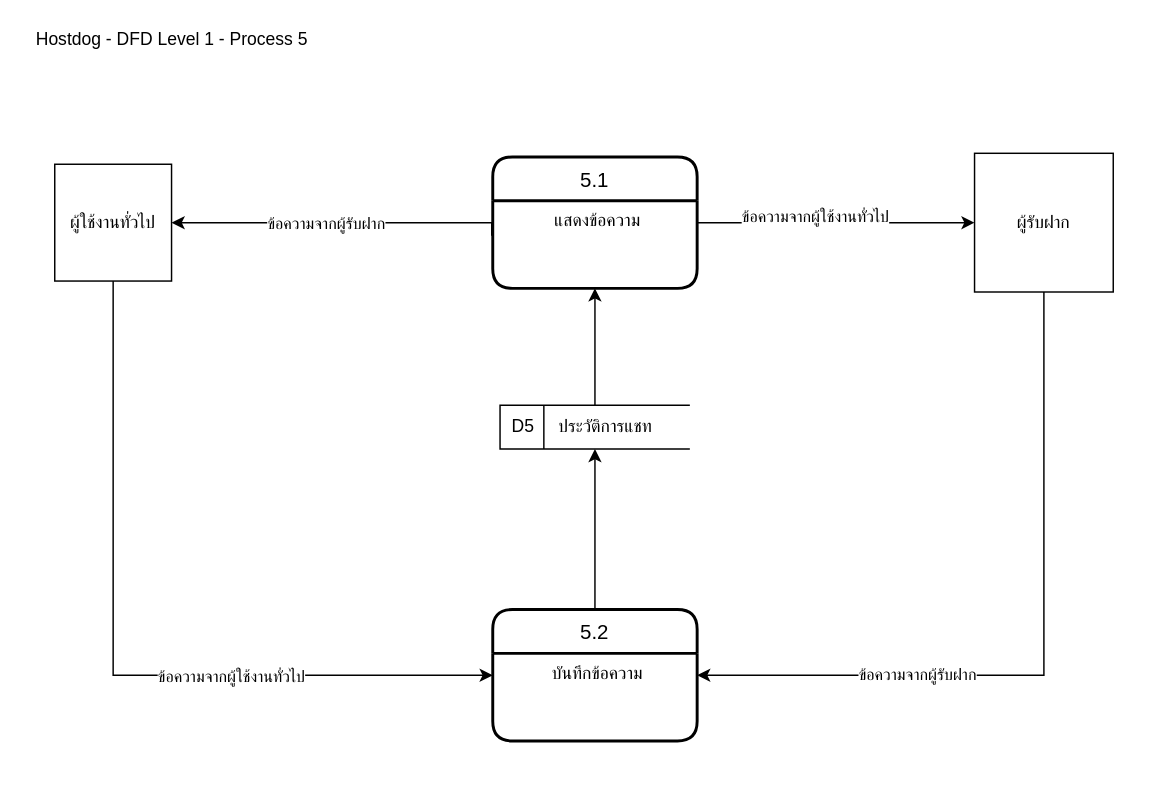
This is page "process5" (5 of 10) of ProjectProcesses/HostDog_5DFD/DFD-V2.drawio from Hostdogs/Project_Hostdog, a draw.io file, before an edit. Source tidied: cells renumbered, new cells numbered last; positions are measured from the earlier drawing's top-left corner, leaving out a move shared by most shapes. Both pictures are drawn from the tidied source at 146%, with x=0, y=0 at pixel (25, 25).
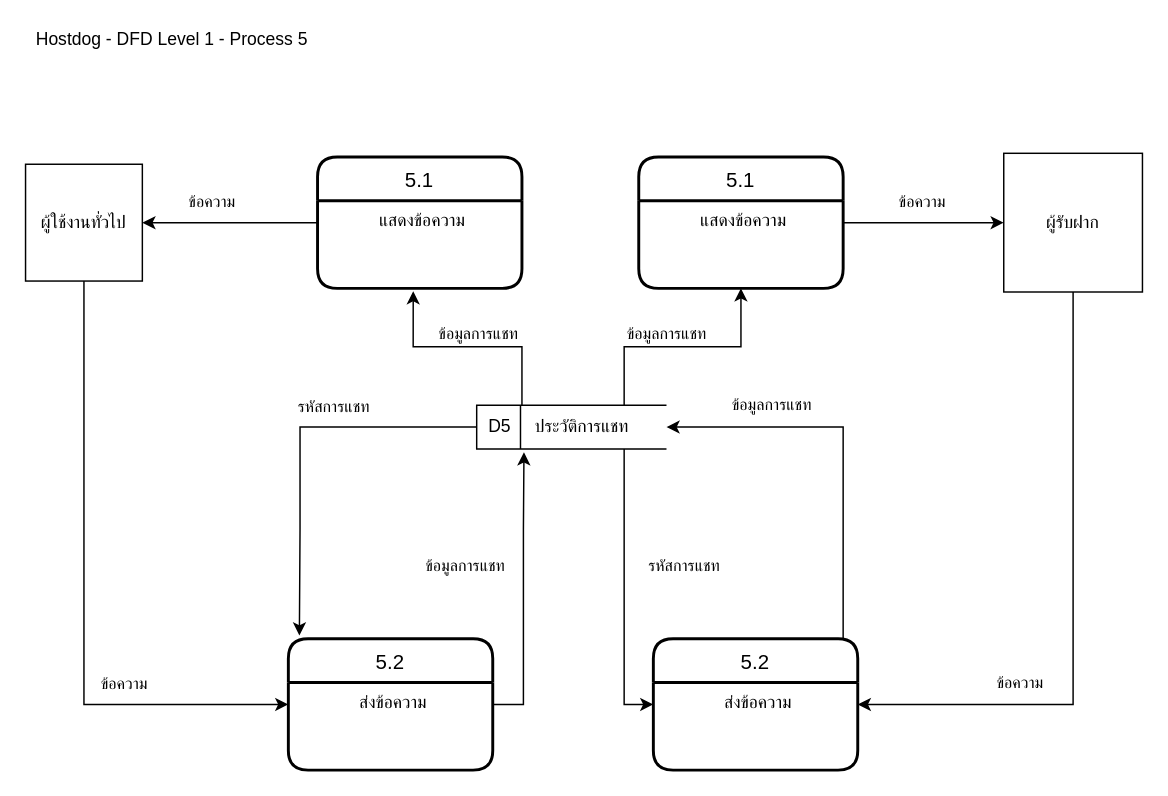
The same diagram, later.

Unchanged cells that the change refers to:
```xml
<mxCell id="3" value="แสดงข้อความ" style="align=center;strokeColor=none;fillColor=none;spacingLeft=4;fontSize=12;verticalAlign=top;" parent="2" vertex="1">
  <mxGeometry y="30" width="140" height="60" as="geometry" />
</mxCell>
```

The edit, as a diff of the source:
```diff
@@
     <mxCell id="2" value="5.1" style="swimlane;horizontal=1;startSize=30;rounded=1;fontSize=14;fontStyle=0;strokeWidth=2;shadow=0;dashed=0;align=center;" parent="1" vertex="1">
-      <mxGeometry x="320" y="90" width="140" height="90" as="geometry" />
+      <mxGeometry x="200" y="90" width="140" height="90" as="geometry" />
     </mxCell>
@@
     <mxCell id="4" style="edgeStyle=orthogonalEdgeStyle;rounded=0;jettySize=auto;html=1;entryX=0;entryY=0.5;entryDx=0;entryDy=0;" parent="1" edge="1" source="6" target="12">
       <mxGeometry relative="1" as="geometry">
         <Array as="points">
-          <mxPoint x="60" y="445" />
+          <mxPoint x="40" y="465" />
         </Array>
       </mxGeometry>
     </mxCell>
-    <mxCell id="5" value="ข้อความจากผู้ใช้งานทั่วไป" style="edgeLabel;html=1;align=center;verticalAlign=middle;" parent="4" vertex="1">
+    <mxCell id="5" value="ข้อความ" style="edgeLabel;html=1;align=left;verticalAlign=middle;" parent="4" vertex="1">
       <mxGeometry x="-0.02" y="2" relative="1" as="geometry">
-        <mxPoint x="78" y="10.5" as="offset" />
+        <mxPoint x="8" y="64.7" as="offset" />
       </mxGeometry>
     </mxCell>
     <mxCell id="6" value="ผู้ใช้งานทั่วไป" style="whiteSpace=wrap;html=1;align=center;" parent="1" vertex="1">
-      <mxGeometry x="20" y="95" width="80" height="80" as="geometry" />
+      <mxGeometry y="95" width="80" height="80" as="geometry" />
     </mxCell>
-    <mxCell id="7" style="edgeStyle=orthogonalEdgeStyle;rounded=0;jettySize=auto;html=1;entryX=0.5;entryY=1;entryDx=0;entryDy=0;" parent="1" edge="1" source="8" target="3">
-      <mxGeometry relative="1" as="geometry" />
+    <mxCell id="7" style="edgeStyle=orthogonalEdgeStyle;rounded=0;jettySize=auto;html=1;entryX=0.468;entryY=1.032;entryDx=0;entryDy=0;entryPerimeter=0;" parent="1" edge="1" source="8" target="3">
+      <mxGeometry relative="1" as="geometry">
+        <Array as="points">
+          <mxPoint x="340" y="220" />
+          <mxPoint x="265" y="220" />
+        </Array>
+      </mxGeometry>
     </mxCell>
+    <mxCell id="20" value="ข้อมูลการแชท" style="edgeLabel;html=1;align=center;verticalAlign=middle;" parent="7" vertex="1">
+      <mxGeometry x="0.12" y="1" relative="1" as="geometry">
+        <mxPoint x="14.5" y="-11" as="offset" />
+      </mxGeometry>
+    </mxCell>
+    <mxCell id="21" style="edgeStyle=orthogonalEdgeStyle;rounded=0;jettySize=auto;html=1;entryX=0.5;entryY=1;entryDx=0;entryDy=0;" parent="1" edge="1" source="8" target="28">
+      <mxGeometry relative="1" as="geometry">
+        <Array as="points">
+          <mxPoint x="410" y="220" />
+          <mxPoint x="490" y="220" />
+        </Array>
+      </mxGeometry>
+    </mxCell>
+    <mxCell id="22" value="ข้อมูลการแชท" style="edgeLabel;html=1;align=center;verticalAlign=middle;" parent="21" vertex="1">
+      <mxGeometry x="-0.21" y="-3" relative="1" as="geometry">
+        <mxPoint x="5.5" y="-13" as="offset" />
+      </mxGeometry>
+    </mxCell>
+    <mxCell id="23" style="edgeStyle=orthogonalEdgeStyle;rounded=0;jettySize=auto;html=1;entryX=0.054;entryY=-0.025;entryDx=0;entryDy=0;entryPerimeter=0;" parent="1" edge="1" source="8" target="12">
+      <mxGeometry relative="1" as="geometry">
+        <Array as="points">
+          <mxPoint x="188" y="275" />
+          <mxPoint x="188" y="345" />
+        </Array>
+      </mxGeometry>
+    </mxCell>
+    <mxCell id="24" value="&lt;span style=&quot;text-align: left&quot;&gt;รหัสการแชท&lt;/span&gt;" style="edgeLabel;html=1;align=center;verticalAlign=middle;" parent="23" vertex="1">
+      <mxGeometry x="-0.45" y="3" relative="1" as="geometry">
+        <mxPoint x="-25.9" y="-18" as="offset" />
+      </mxGeometry>
+    </mxCell>
+    <mxCell id="25" style="edgeStyle=orthogonalEdgeStyle;rounded=0;jettySize=auto;html=1;entryX=0;entryY=0.25;entryDx=0;entryDy=0;" parent="1" edge="1" source="8" target="33">
+      <mxGeometry relative="1" as="geometry">
+        <Array as="points">
+          <mxPoint x="410" y="465" />
+        </Array>
+      </mxGeometry>
+    </mxCell>
+    <mxCell id="26" value="&lt;span style=&quot;text-align: left&quot;&gt;รหัสการแชท&lt;/span&gt;" style="edgeLabel;html=1;align=center;verticalAlign=middle;" parent="25" vertex="1">
+      <mxGeometry x="-0.39" y="2" relative="1" as="geometry">
+        <mxPoint x="38" y="20.7" as="offset" />
+      </mxGeometry>
+    </mxCell>
     <mxCell id="8" value="&amp;nbsp;D5&amp;nbsp; &amp;nbsp; &amp;nbsp;ประวัติการแชท" style="html=1;dashed=0;whitespace=wrap;shape=mxgraph.dfd.dataStoreID;align=left;spacingLeft=3;points=[[0,0],[0.5,0],[1,0],[0,0.5],[1,0.5],[0,1],[0.5,1],[1,1]];" parent="1" vertex="1">
-      <mxGeometry x="325" y="260" width="130" height="30" as="geometry" />
+      <mxGeometry x="309" y="260" width="130" height="30" as="geometry" />
     </mxCell>
-    <mxCell id="9" style="edgeStyle=orthogonalEdgeStyle;rounded=0;jettySize=auto;html=1;exitX=-0.005;exitY=0.4;exitDx=0;exitDy=0;exitPerimeter=0;entryX=1;entryY=0.5;entryDx=0;entryDy=0;" parent="1" edge="1" source="3" target="6">
-      <mxGeometry relative="1" as="geometry">
-        <Array as="points">
-          <mxPoint x="319" y="135" />
-        </Array>
-      </mxGeometry>
-    </mxCell>
-    <mxCell id="10" value="ข้อความจากผู้รับฝาก" style="edgeLabel;html=1;align=center;verticalAlign=middle;" parent="9" vertex="1">
-      <mxGeometry x="0.23" y="4" relative="1" as="geometry">
-        <mxPoint x="17" y="-4" as="offset" />
-      </mxGeometry>
-    </mxCell>
-    <mxCell id="11" style="edgeStyle=orthogonalEdgeStyle;rounded=0;jettySize=auto;html=1;entryX=0.5;entryY=1;entryDx=0;entryDy=0;" parent="1" edge="1" source="12" target="8">
-      <mxGeometry relative="1" as="geometry" />
+    <mxCell id="11" style="edgeStyle=orthogonalEdgeStyle;rounded=0;jettySize=auto;html=1;entryX=0.249;entryY=1.076;entryDx=0;entryDy=0;entryPerimeter=0;" parent="1" edge="1" source="12" target="8">
+      <mxGeometry relative="1" as="geometry">
+        <Array as="points">
+          <mxPoint x="341" y="465" />
+          <mxPoint x="341" y="345" />
+        </Array>
+      </mxGeometry>
     </mxCell>
+    <mxCell id="27" value="ข้อมูลการแชท" style="edgeLabel;html=1;align=center;verticalAlign=middle;" parent="11" vertex="1">
+      <mxGeometry x="0.02" relative="1" as="geometry">
+        <mxPoint x="-41" y="-17.1" as="offset" />
+      </mxGeometry>
+    </mxCell>
     <mxCell id="12" value="5.2" style="swimlane;horizontal=1;startSize=30;rounded=1;fontSize=14;fontStyle=0;strokeWidth=2;shadow=0;dashed=0;align=center;" parent="1" vertex="1">
-      <mxGeometry x="320" y="400" width="140" height="90" as="geometry" />
+      <mxGeometry x="180" y="420" width="140" height="90" as="geometry" />
     </mxCell>
-    <mxCell id="13" value="บันทึกข้อความ" style="align=center;strokeColor=none;fillColor=none;spacingLeft=4;fontSize=12;verticalAlign=top;" parent="12" vertex="1">
+    <mxCell id="13" value="ส่งข้อความ" style="align=center;strokeColor=none;fillColor=none;spacingLeft=4;fontSize=12;verticalAlign=top;" parent="12" vertex="1">
       <mxGeometry y="30" width="140" height="60" as="geometry" />
     </mxCell>
-    <mxCell id="14" style="edgeStyle=orthogonalEdgeStyle;rounded=0;jettySize=auto;html=1;entryX=1;entryY=0.25;entryDx=0;entryDy=0;" parent="1" edge="1" source="16" target="13">
+    <mxCell id="14" style="edgeStyle=orthogonalEdgeStyle;rounded=0;jettySize=auto;html=1;entryX=1;entryY=0.25;entryDx=0;entryDy=0;exitX=0.5;exitY=1;exitDx=0;exitDy=0;" parent="1" edge="1" source="16" target="33">
       <mxGeometry relative="1" as="geometry">
         <Array as="points">
-          <mxPoint x="698" y="445" />
+          <mxPoint x="717" y="465" />
         </Array>
       </mxGeometry>
     </mxCell>
-    <mxCell id="15" value="ข้อความจากผู้รับฝาก" style="edgeLabel;html=1;align=center;verticalAlign=middle;" parent="14" vertex="1">
+    <mxCell id="15" value="ข้อความ" style="edgeLabel;html=1;align=center;verticalAlign=middle;" parent="14" vertex="1">
       <mxGeometry relative="1" as="geometry">
-        <mxPoint x="-87.5" y="12" as="offset" />
+        <mxPoint x="-37.5" y="51.6" as="offset" />
       </mxGeometry>
     </mxCell>
     <mxCell id="16" value="ผู้รับฝาก" style="whiteSpace=wrap;html=1;align=center;" parent="1" vertex="1">
-      <mxGeometry x="650" y="87.5" width="95" height="95" as="geometry" />
+      <mxGeometry x="670" y="87.5" width="95" height="95" as="geometry" />
     </mxCell>
-    <mxCell id="17" style="edgeStyle=orthogonalEdgeStyle;rounded=0;jettySize=auto;html=1;entryX=0;entryY=0.5;entryDx=0;entryDy=0;exitX=1;exitY=0.5;exitDx=0;exitDy=0;" parent="1" edge="1" source="2" target="16">
+    <mxCell id="17" style="edgeStyle=orthogonalEdgeStyle;rounded=0;jettySize=auto;html=1;entryX=0;entryY=0.5;entryDx=0;entryDy=0;exitX=1;exitY=0.25;exitDx=0;exitDy=0;" parent="1" edge="1" source="29" target="16">
       <mxGeometry relative="1" as="geometry" />
     </mxCell>
-    <mxCell id="18" value="ข้อความจากผู้ใช้งานทั่วไป" style="edgeLabel;html=1;align=center;verticalAlign=middle;" parent="17" vertex="1">
+    <mxCell id="18" value="ข้อความ" style="edgeLabel;html=1;align=center;verticalAlign=middle;" parent="17" vertex="1">
       <mxGeometry x="-0.16" y="4" relative="1" as="geometry">
-        <mxPoint y="-1" as="offset" />
+        <mxPoint x="7" y="-11" as="offset" />
       </mxGeometry>
     </mxCell>
@@
+    <mxCell id="28" value="5.1" style="swimlane;horizontal=1;startSize=30;rounded=1;fontSize=14;fontStyle=0;strokeWidth=2;shadow=0;dashed=0;align=center;" parent="1" vertex="1">
+      <mxGeometry x="420" y="90" width="140" height="90" as="geometry" />
+    </mxCell>
+    <mxCell id="29" value="แสดงข้อความ" style="align=center;strokeColor=none;fillColor=none;spacingLeft=4;fontSize=12;verticalAlign=top;" parent="28" vertex="1">
+      <mxGeometry y="30" width="140" height="60" as="geometry" />
+    </mxCell>
+    <mxCell id="30" style="edgeStyle=orthogonalEdgeStyle;rounded=0;jettySize=auto;html=1;entryX=1;entryY=0.5;entryDx=0;entryDy=0;" parent="1" edge="1" source="32" target="8">
+      <mxGeometry relative="1" as="geometry">
+        <Array as="points">
+          <mxPoint x="560" y="275" />
+        </Array>
+      </mxGeometry>
+    </mxCell>
+    <mxCell id="31" value="ข้อมูลการแชท" style="edgeLabel;html=1;align=center;verticalAlign=middle;" parent="30" vertex="1">
+      <mxGeometry x="-0.19" y="-1" relative="1" as="geometry">
+        <mxPoint x="-51" y="-52.4" as="offset" />
+      </mxGeometry>
+    </mxCell>
+    <mxCell id="32" value="5.2" style="swimlane;horizontal=1;startSize=30;rounded=1;fontSize=14;fontStyle=0;strokeWidth=2;shadow=0;dashed=0;align=center;" parent="1" vertex="1">
+      <mxGeometry x="430" y="420" width="140" height="90" as="geometry" />
+    </mxCell>
+    <mxCell id="33" value="ส่งข้อความ" style="align=center;strokeColor=none;fillColor=none;spacingLeft=4;fontSize=12;verticalAlign=top;" parent="32" vertex="1">
+      <mxGeometry y="30" width="140" height="60" as="geometry" />
+    </mxCell>
+    <mxCell id="9" style="edgeStyle=orthogonalEdgeStyle;rounded=0;jettySize=auto;html=1;entryX=1;entryY=0.5;entryDx=0;entryDy=0;exitX=0;exitY=0.25;exitDx=0;exitDy=0;" parent="1" edge="1" source="3" target="6">
+      <mxGeometry relative="1" as="geometry" />
+    </mxCell>
+    <mxCell id="34" value="&lt;span style=&quot;&quot;&gt;ข้อความ&lt;/span&gt;" style="edgeLabel;html=1;align=left;verticalAlign=middle;" parent="9" vertex="1">
+      <mxGeometry x="-0.27" y="4" relative="1" as="geometry">
+        <mxPoint x="-46.5" y="-19" as="offset" />
+      </mxGeometry>
+    </mxCell>
```
